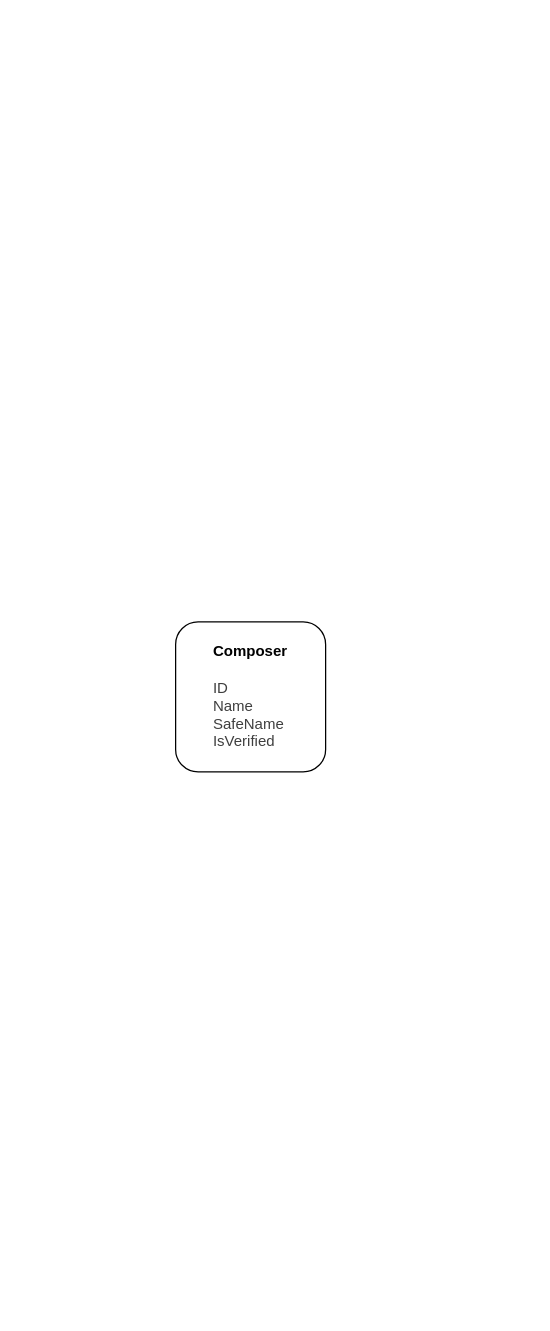
This is docs/backend/architecture.dio from ckl67/SkoreFlow, a draw.io file, before an edit. Source tidied: cells renumbered, new cells numbered last; positions are measured from the earlier drawing's top-left corner, leaving out a move shared by most shapes. Both pictures are drawn from the tidied source at 125%, with x=0, y=0 at pixel (175, 621).
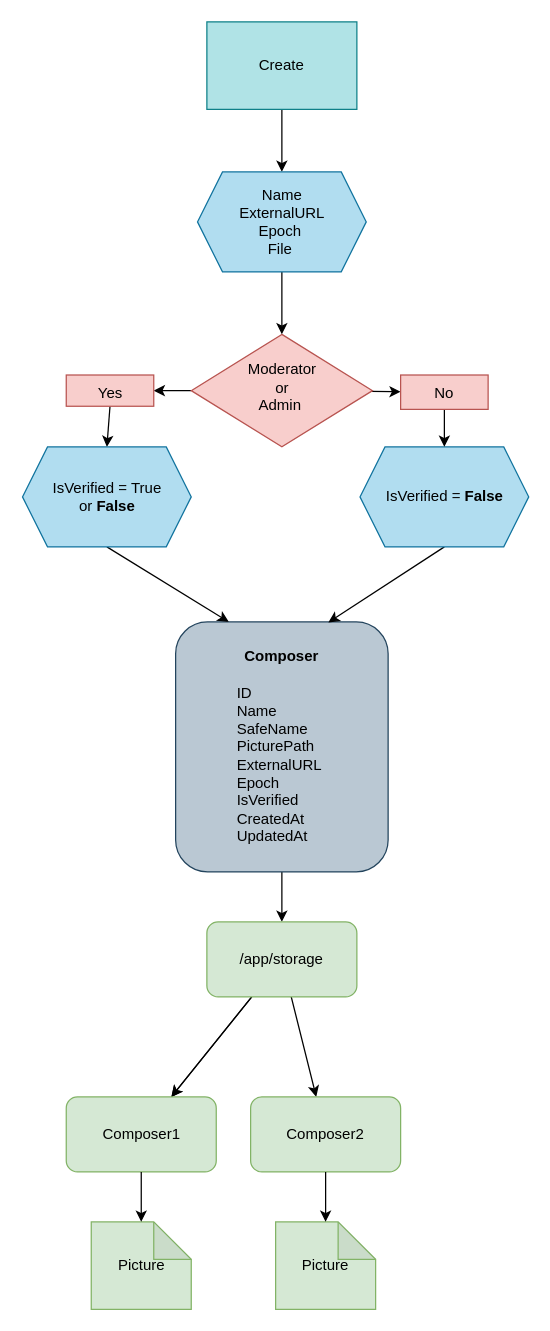
Above is the later version.

Change to the diagram source:
```diff
@@
+    <mxCell id="3" style="edgeStyle=none;html=1;" parent="1" edge="1" source="2" target="23">
+      <mxGeometry relative="1" as="geometry" />
+    </mxCell>
-    <mxCell id="2" value="&lt;b&gt;Composer&lt;/b&gt;&lt;br&gt;&lt;br&gt;&lt;div style=&quot;scrollbar-color: rgb(226, 226, 226) rgb(251, 251, 251); text-align: left; color: rgb(63, 63, 63);&quot;&gt;&lt;span style=&quot;scrollbar-color: rgb(226, 226, 226) rgb(251, 251, 251); background-color: transparent; color: rgb(63, 63, 63);&quot;&gt;ID&lt;/span&gt;&lt;/div&gt;&lt;div style=&quot;scrollbar-color: rgb(226, 226, 226) rgb(251, 251, 251); text-align: left; color: rgb(63, 63, 63);&quot;&gt;&lt;span style=&quot;scrollbar-color: rgb(226, 226, 226) rgb(251, 251, 251); background-color: transparent; color: rgb(63, 63, 63);&quot;&gt;Name&lt;/span&gt;&lt;/div&gt;&lt;div style=&quot;scrollbar-color: rgb(226, 226, 226) rgb(251, 251, 251); text-align: left; color: rgb(63, 63, 63);&quot;&gt;&lt;span style=&quot;scrollbar-color: rgb(226, 226, 226) rgb(251, 251, 251); background-color: transparent; color: rgb(63, 63, 63);&quot;&gt;SafeName&lt;br style=&quot;scrollbar-color: rgb(226, 226, 226) rgb(251, 251, 251); color: rgb(63, 63, 63);&quot;&gt;IsVerified&lt;/span&gt;&lt;/div&gt;" style="rounded=1;whiteSpace=wrap;html=1;" parent="1" vertex="1">
-      <mxGeometry width="120" height="120" as="geometry" />
+    <mxCell id="2" value="&lt;font style=&quot;color: light-dark(rgb(0, 0, 0), rgb(255, 255, 255));&quot;&gt;&lt;b style=&quot;&quot;&gt;Composer&lt;/b&gt;&lt;br&gt;&lt;div style=&quot;text-align: left;&quot;&gt;&lt;div&gt;&lt;br&gt;&lt;/div&gt;&lt;div&gt;ID&amp;nbsp; &amp;nbsp; &amp;nbsp; &amp;nbsp; &amp;nbsp;&amp;nbsp;&lt;/div&gt;&lt;div&gt;Name&amp;nbsp; &amp;nbsp; &amp;nbsp; &amp;nbsp;&amp;nbsp;&lt;/div&gt;&lt;div&gt;SafeName&amp;nbsp; &amp;nbsp;&amp;nbsp;&lt;/div&gt;&lt;div&gt;PicturePath&amp;nbsp;&lt;/div&gt;&lt;div&gt;ExternalURL&amp;nbsp;&lt;/div&gt;&lt;div&gt;Epoch&amp;nbsp; &amp;nbsp; &amp;nbsp; &amp;nbsp;&lt;/div&gt;&lt;div&gt;IsVerified&amp;nbsp;&amp;nbsp;&lt;/div&gt;&lt;div&gt;CreatedAt&amp;nbsp; &amp;nbsp;&lt;/div&gt;&lt;div&gt;UpdatedAt&lt;/div&gt;&lt;/div&gt;&lt;/font&gt;" style="rounded=1;whiteSpace=wrap;html=1;fillColor=#bac8d3;strokeColor=#23445d;" parent="1" vertex="1">
+      <mxGeometry width="170" height="200" as="geometry" />
     </mxCell>
+    <mxCell id="4" style="edgeStyle=none;html=1;entryX=0.5;entryY=0;entryDx=0;entryDy=0;" parent="1" edge="1" source="5" target="18">
+      <mxGeometry relative="1" as="geometry" />
+    </mxCell>
+    <mxCell id="5" value="Create" style="rounded=0;whiteSpace=wrap;html=1;fillColor=#b0e3e6;strokeColor=#0e8088;" parent="1" vertex="1">
+      <mxGeometry x="25" y="-480" width="120" height="70" as="geometry" />
+    </mxCell>
+    <mxCell id="6" style="edgeStyle=none;html=1;exitX=0.5;exitY=1;exitDx=0;exitDy=0;entryX=0.719;entryY=0.002;entryDx=0;entryDy=0;entryPerimeter=0;" parent="1" edge="1" source="7" target="2">
+      <mxGeometry relative="1" as="geometry" />
+    </mxCell>
+    <mxCell id="7" value="&lt;div&gt;&lt;span style=&quot;background-color: transparent;&quot;&gt;IsVerified = &lt;/span&gt;&lt;b style=&quot;background-color: transparent;&quot;&gt;False&lt;/b&gt;&lt;/div&gt;" style="shape=hexagon;perimeter=hexagonPerimeter2;whiteSpace=wrap;html=1;fixedSize=1;fillColor=#b1ddf0;strokeColor=#10739e;" parent="1" vertex="1">
+      <mxGeometry x="147.5" y="-140" width="135" height="80" as="geometry" />
+    </mxCell>
+    <mxCell id="8" style="edgeStyle=none;html=1;" parent="1" edge="1" source="10" target="12">
+      <mxGeometry relative="1" as="geometry" />
+    </mxCell>
+    <mxCell id="9" style="edgeStyle=none;html=1;" parent="1" edge="1" source="10" target="14">
+      <mxGeometry relative="1" as="geometry" />
+    </mxCell>
+    <mxCell id="10" value="&lt;div&gt;&lt;br&gt;&lt;/div&gt;Moderator &lt;br&gt;or&lt;br&gt;Admin&amp;nbsp;" style="rhombus;whiteSpace=wrap;html=1;verticalAlign=top;fillColor=#f8cecc;gradientColor=none;strokeColor=#b85450;" parent="1" vertex="1">
+      <mxGeometry x="12.5" y="-230" width="145" height="90" as="geometry" />
+    </mxCell>
+    <mxCell id="11" style="edgeStyle=none;html=1;exitX=0.5;exitY=1;exitDx=0;exitDy=0;entryX=0.5;entryY=0;entryDx=0;entryDy=0;" parent="1" edge="1" source="12" target="16">
+      <mxGeometry relative="1" as="geometry" />
+    </mxCell>
+    <mxCell id="12" value="Yes" style="whiteSpace=wrap;html=1;verticalAlign=top;fillColor=#f8cecc;strokeColor=#b85450;gradientColor=none;" parent="1" vertex="1">
+      <mxGeometry x="-87.5" y="-197.5" width="70" height="25" as="geometry" />
+    </mxCell>
+    <mxCell id="13" style="edgeStyle=none;html=1;exitX=0.5;exitY=1;exitDx=0;exitDy=0;entryX=0.5;entryY=0;entryDx=0;entryDy=0;" parent="1" edge="1" source="14" target="7">
+      <mxGeometry relative="1" as="geometry" />
+    </mxCell>
+    <mxCell id="14" value="No" style="whiteSpace=wrap;html=1;verticalAlign=top;fillColor=#f8cecc;strokeColor=#b85450;gradientColor=none;" parent="1" vertex="1">
+      <mxGeometry x="180" y="-197.5" width="70" height="27.5" as="geometry" />
+    </mxCell>
+    <mxCell id="15" style="edgeStyle=none;html=1;exitX=0.5;exitY=1;exitDx=0;exitDy=0;entryX=0.25;entryY=0;entryDx=0;entryDy=0;" parent="1" edge="1" source="16" target="2">
+      <mxGeometry relative="1" as="geometry" />
+    </mxCell>
+    <mxCell id="16" value="&lt;div&gt;&lt;span style=&quot;background-color: transparent;&quot;&gt;IsVerified = True or&amp;nbsp;&lt;/span&gt;&lt;b style=&quot;background-color: transparent;&quot;&gt;False&lt;/b&gt;&lt;/div&gt;" style="shape=hexagon;perimeter=hexagonPerimeter2;whiteSpace=wrap;html=1;fixedSize=1;fillColor=#b1ddf0;strokeColor=#10739e;" parent="1" vertex="1">
+      <mxGeometry x="-122.5" y="-140" width="135" height="80" as="geometry" />
+    </mxCell>
+    <mxCell id="17" style="edgeStyle=none;html=1;exitX=0.5;exitY=1;exitDx=0;exitDy=0;entryX=0.5;entryY=0;entryDx=0;entryDy=0;" parent="1" edge="1" source="18" target="10">
+      <mxGeometry relative="1" as="geometry" />
+    </mxCell>
+    <mxCell id="18" value="&lt;div&gt;&lt;font style=&quot;color: light-dark(rgb(0, 0, 0), rgb(255, 255, 255));&quot;&gt;Name&lt;/font&gt;&lt;/div&gt;&lt;div&gt;&lt;font style=&quot;color: light-dark(rgb(0, 0, 0), rgb(255, 255, 255));&quot;&gt;ExternalURL&lt;/font&gt;&lt;/div&gt;&lt;div&gt;&lt;font style=&quot;color: light-dark(rgb(0, 0, 0), rgb(255, 255, 255));&quot;&gt;Epoch&amp;nbsp;&lt;/font&gt;&lt;/div&gt;&lt;div&gt;&lt;font style=&quot;color: light-dark(rgb(0, 0, 0), rgb(255, 255, 255));&quot;&gt;File&amp;nbsp;&lt;/font&gt;&lt;/div&gt;" style="shape=hexagon;perimeter=hexagonPerimeter2;whiteSpace=wrap;html=1;fixedSize=1;fillColor=#b1ddf0;strokeColor=#10739e;" parent="1" vertex="1">
+      <mxGeometry x="17.5" y="-360" width="135" height="80" as="geometry" />
+    </mxCell>
+    <mxCell id="19" value="Picture" style="shape=note;whiteSpace=wrap;html=1;backgroundOutline=1;darkOpacity=0.05;fillColor=#d5e8d4;strokeColor=#82b366;" parent="1" vertex="1">
+      <mxGeometry x="-67.5" y="480" width="80" height="70" as="geometry" />
+    </mxCell>
+    <mxCell id="20" style="edgeStyle=none;html=1;" parent="1" edge="1" source="23" target="24">
+      <mxGeometry relative="1" as="geometry" />
+    </mxCell>
+    <mxCell id="21" style="edgeStyle=none;html=1;" parent="1" edge="1" source="23" target="24">
+      <mxGeometry relative="1" as="geometry" />
+    </mxCell>
+    <mxCell id="22" style="edgeStyle=none;html=1;" parent="1" edge="1" source="23" target="25">
+      <mxGeometry relative="1" as="geometry" />
+    </mxCell>
+    <mxCell id="23" value="/app/storage" style="whiteSpace=wrap;html=1;fillColor=#d5e8d4;strokeColor=#82b366;rounded=1;" parent="1" vertex="1">
+      <mxGeometry x="25" y="240" width="120" height="60" as="geometry" />
+    </mxCell>
+    <mxCell id="24" value="Composer1" style="whiteSpace=wrap;html=1;fillColor=#d5e8d4;strokeColor=#82b366;rounded=1;" parent="1" vertex="1">
+      <mxGeometry x="-87.5" y="380" width="120" height="60" as="geometry" />
+    </mxCell>
+    <mxCell id="25" value="Composer2" style="whiteSpace=wrap;html=1;fillColor=#d5e8d4;strokeColor=#82b366;rounded=1;" parent="1" vertex="1">
+      <mxGeometry x="60" y="380" width="120" height="60" as="geometry" />
+    </mxCell>
+    <mxCell id="26" value="Picture" style="shape=note;whiteSpace=wrap;html=1;backgroundOutline=1;darkOpacity=0.05;fillColor=#d5e8d4;strokeColor=#82b366;" parent="1" vertex="1">
+      <mxGeometry x="80" y="480" width="80" height="70" as="geometry" />
+    </mxCell>
+    <mxCell id="27" style="edgeStyle=none;html=1;exitX=0.5;exitY=1;exitDx=0;exitDy=0;entryX=0.5;entryY=0;entryDx=0;entryDy=0;entryPerimeter=0;" parent="1" edge="1" source="24" target="19">
+      <mxGeometry relative="1" as="geometry" />
+    </mxCell>
+    <mxCell id="28" style="edgeStyle=none;html=1;exitX=0.5;exitY=1;exitDx=0;exitDy=0;entryX=0.5;entryY=0;entryDx=0;entryDy=0;entryPerimeter=0;" parent="1" edge="1" source="25" target="26">
+      <mxGeometry relative="1" as="geometry" />
+    </mxCell>
```
